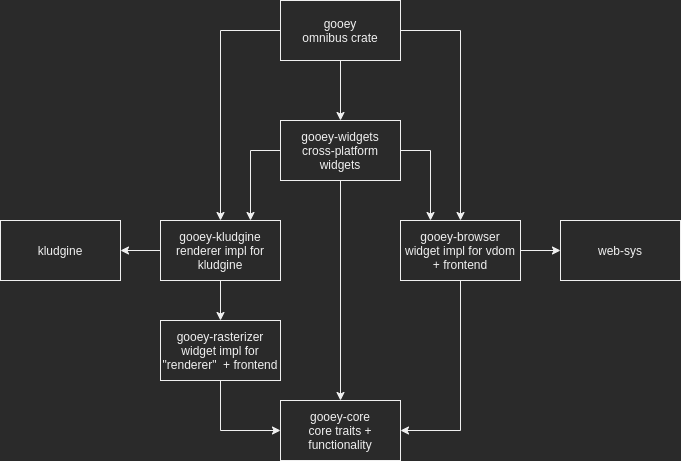
This is Gooey.png from khonsulabs/cushy, a draw.io export, as it was before one commit. Source tidied: cells renumbered, new cells last; positions are measured from the earlier drawing's top-left corner, leaving out a move shared by most shapes.
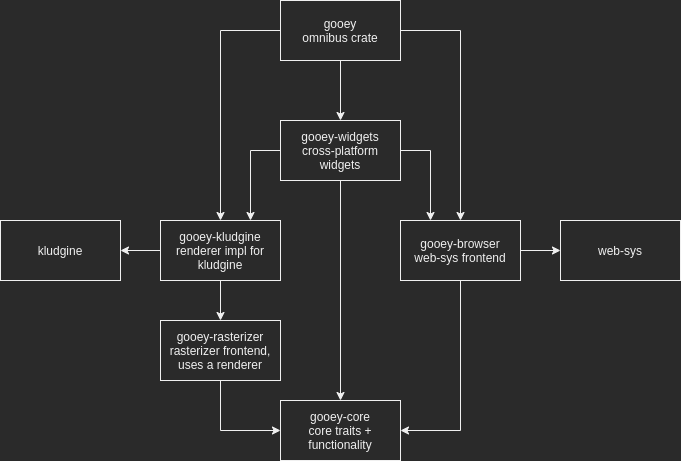
Later version of the same file.

Commit message:
Updating architecture graph

Captions still mentioned the frontend crates having widget implementations, but that hasn't been the case for a while.

Diff of the diagram source:
```diff
@@ -41,7 +41,7 @@
     <mxCell id="14" style="edgeStyle=orthogonalEdgeStyle;rounded=0;jettySize=auto;html=1;exitX=0.5;exitY=0;exitDx=0;exitDy=0;entryX=1;entryY=0.5;entryDx=0;entryDy=0;endArrow=none;endFill=0;startArrow=classic;startFill=1;" parent="1" edge="1" source="15" target="5">
       <mxGeometry relative="1" as="geometry" />
     </mxCell>
-    <mxCell id="15" value="gooey-browser&lt;br&gt;widget impl for vdom + frontend" style="rounded=0;whiteSpace=wrap;html=1;" parent="1" vertex="1">
+    <mxCell id="15" value="gooey-browser&lt;br&gt;web-sys frontend" style="rounded=0;whiteSpace=wrap;html=1;" parent="1" vertex="1">
       <mxGeometry x="400" y="220" width="120" height="60" as="geometry" />
     </mxCell>
     <mxCell id="16" style="edgeStyle=orthogonalEdgeStyle;rounded=0;jettySize=auto;html=1;exitX=0.5;exitY=1;exitDx=0;exitDy=0;entryX=0.5;entryY=0;entryDx=0;entryDy=0;" parent="1" edge="1" source="18" target="11">
@@ -53,7 +53,7 @@
     <mxCell id="18" value="gooey-widgets&lt;br&gt;cross-platform widgets" style="rounded=0;whiteSpace=wrap;html=1;" parent="1" vertex="1">
       <mxGeometry x="280" y="120" width="120" height="60" as="geometry" />
     </mxCell>
-    <mxCell id="19" value="gooey-rasterizer&lt;br&gt;widget impl for &quot;renderer&quot;&amp;nbsp;&amp;nbsp;+ frontend" style="rounded=0;whiteSpace=wrap;html=1;" parent="1" vertex="1">
+    <mxCell id="19" value="gooey-rasterizer&lt;br&gt;rasterizer frontend, uses a renderer" style="rounded=0;whiteSpace=wrap;html=1;" parent="1" vertex="1">
       <mxGeometry x="160" y="320" width="120" height="60" as="geometry" />
     </mxCell>
     <mxCell id="20" style="edgeStyle=orthogonalEdgeStyle;rounded=0;jettySize=auto;html=1;exitX=0.5;exitY=1;exitDx=0;exitDy=0;entryX=0.5;entryY=0;entryDx=0;entryDy=0;endArrow=classic;startArrow=none;startFill=0;endFill=1;" parent="1" edge="1" source="4" target="19">
```
